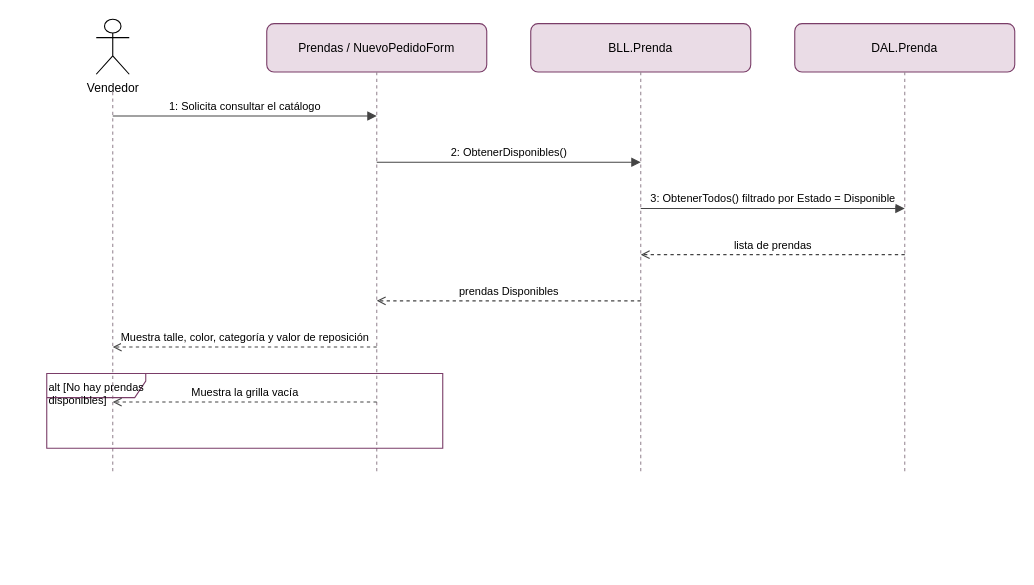
valentinamorana/Trabajo-de-Diploma keeps this draw.io diagram as docs/diagramas/drawio/DSS_PN01_CU02_ConsultarCatalogo.drawio. Above is the earlier version. Source tidied: cells renumbered, new cells numbered last; positions are measured from the earlier drawing's top-left corner, leaving out a move shared by most shapes. Both pictures are drawn from the tidied source at 110%, with x=0, y=0 at pixel (46, 19).
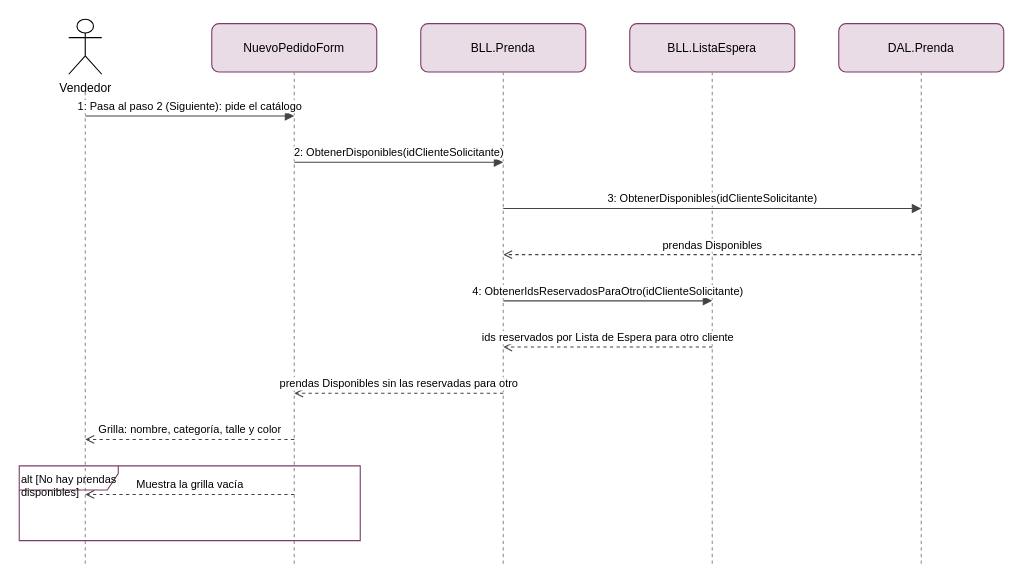
The same diagram, later.

The edit, as a diff of the source:
```diff
@@
     <mxCell id="2" value="Vendedor" style="shape=umlActor;verticalLabelPosition=bottom;verticalAlign=top;html=1;fontSize=11;" parent="1" vertex="1">
-      <mxGeometry x="45" width="30" height="50" as="geometry" />
+      <mxGeometry x="20" width="30" height="50" as="geometry" />
     </mxCell>
     <mxCell id="3" style="endArrow=none;dashed=1;html=1;strokeColor=#9a8a96;" parent="1" edge="1">
       <mxGeometry relative="1" as="geometry">
-        <mxPoint x="60" y="66" as="sourcePoint" />
-        <mxPoint x="60" y="412" as="targetPoint" />
+        <mxPoint x="35" y="66" as="sourcePoint" />
+        <mxPoint x="35" y="496" as="targetPoint" />
       </mxGeometry>
     </mxCell>
-    <mxCell id="4" value="Prendas / NuevoPedidoForm" style="rounded=1;whiteSpace=wrap;html=1;fillColor=#EADCE6;strokeColor=#7a3d68;fontSize=11;" parent="1" vertex="1">
-      <mxGeometry x="200" y="4" width="200" height="44" as="geometry" />
+    <mxCell id="4" value="NuevoPedidoForm" style="rounded=1;whiteSpace=wrap;html=1;fillColor=#EADCE6;strokeColor=#7a3d68;fontSize=11;" parent="1" vertex="1">
+      <mxGeometry x="150" y="4" width="150" height="44" as="geometry" />
     </mxCell>
     <mxCell id="5" style="endArrow=none;dashed=1;html=1;strokeColor=#9a8a96;" parent="1" edge="1">
       <mxGeometry relative="1" as="geometry">
-        <mxPoint x="300" y="48" as="sourcePoint" />
-        <mxPoint x="300" y="412" as="targetPoint" />
+        <mxPoint x="225" y="48" as="sourcePoint" />
+        <mxPoint x="225" y="496" as="targetPoint" />
       </mxGeometry>
     </mxCell>
     <mxCell id="6" value="BLL.Prenda" style="rounded=1;whiteSpace=wrap;html=1;fillColor=#EADCE6;strokeColor=#7a3d68;fontSize=11;" parent="1" vertex="1">
-      <mxGeometry x="440" y="4" width="200" height="44" as="geometry" />
+      <mxGeometry x="340" y="4" width="150" height="44" as="geometry" />
     </mxCell>
     <mxCell id="7" style="endArrow=none;dashed=1;html=1;strokeColor=#9a8a96;" parent="1" edge="1">
       <mxGeometry relative="1" as="geometry">
-        <mxPoint x="540" y="48" as="sourcePoint" />
-        <mxPoint x="540" y="412" as="targetPoint" />
+        <mxPoint x="415" y="48" as="sourcePoint" />
+        <mxPoint x="415" y="496" as="targetPoint" />
       </mxGeometry>
     </mxCell>
-    <mxCell id="8" value="DAL.Prenda" style="rounded=1;whiteSpace=wrap;html=1;fillColor=#EADCE6;strokeColor=#7a3d68;fontSize=11;" parent="1" vertex="1">
-      <mxGeometry x="680" y="4" width="200" height="44" as="geometry" />
+    <mxCell id="8" value="BLL.ListaEspera" style="rounded=1;whiteSpace=wrap;html=1;fillColor=#EADCE6;strokeColor=#7a3d68;fontSize=11;" parent="1" vertex="1">
+      <mxGeometry x="530" y="4" width="150" height="44" as="geometry" />
     </mxCell>
     <mxCell id="9" style="endArrow=none;dashed=1;html=1;strokeColor=#9a8a96;" parent="1" edge="1">
       <mxGeometry relative="1" as="geometry">
-        <mxPoint x="780" y="48" as="sourcePoint" />
-        <mxPoint x="780" y="412" as="targetPoint" />
+        <mxPoint x="605" y="48" as="sourcePoint" />
+        <mxPoint x="605" y="496" as="targetPoint" />
       </mxGeometry>
     </mxCell>
-    <mxCell id="10" value="alt [No hay prendas disponibles]" style="shape=umlFrame;whiteSpace=wrap;html=1;fillColor=none;strokeColor=#7a3d68;align=left;verticalAlign=top;fontSize=10;width=90;height=22;" parent="1" vertex="1">
-      <mxGeometry y="322" width="360" height="68" as="geometry" />
+    <mxCell id="10" value="DAL.Prenda" style="rounded=1;whiteSpace=wrap;html=1;fillColor=#EADCE6;strokeColor=#7a3d68;fontSize=11;" parent="1" vertex="1">
+      <mxGeometry x="720" y="4" width="150" height="44" as="geometry" />
     </mxCell>
-    <mxCell id="11" value="1: Solicita consultar el catálogo" style="html=1;verticalAlign=bottom;endArrow=block;endFill=1;fontSize=10;strokeColor=#444;" parent="1" edge="1">
+    <mxCell id="11" style="endArrow=none;dashed=1;html=1;strokeColor=#9a8a96;" parent="1" edge="1">
       <mxGeometry relative="1" as="geometry">
-        <mxPoint x="60" y="88" as="sourcePoint" />
-        <mxPoint x="300" y="88" as="targetPoint" />
+        <mxPoint x="795" y="48" as="sourcePoint" />
+        <mxPoint x="795" y="496" as="targetPoint" />
       </mxGeometry>
     </mxCell>
-    <mxCell id="12" value="2: ObtenerDisponibles()" style="html=1;verticalAlign=bottom;endArrow=block;endFill=1;fontSize=10;strokeColor=#444;" parent="1" edge="1">
-      <mxGeometry relative="1" as="geometry">
-        <mxPoint x="300" y="130" as="sourcePoint" />
-        <mxPoint x="540" y="130" as="targetPoint" />
-      </mxGeometry>
+    <mxCell id="12" value="alt [No hay prendas disponibles]" style="shape=umlFrame;whiteSpace=wrap;html=1;fillColor=none;strokeColor=#7a3d68;align=left;verticalAlign=top;fontSize=10;width=90;height=22;" parent="1" vertex="1">
+      <mxGeometry x="-25" y="406" width="310" height="68" as="geometry" />
     </mxCell>
-    <mxCell id="13" value="3: ObtenerTodos() filtrado por Estado = Disponible" style="html=1;verticalAlign=bottom;endArrow=block;endFill=1;fontSize=10;strokeColor=#444;" parent="1" edge="1">
+    <mxCell id="13" value="1: Pasa al paso 2 (Siguiente): pide el catálogo" style="html=1;verticalAlign=bottom;endArrow=block;endFill=1;fontSize=10;strokeColor=#444;" parent="1" edge="1">
       <mxGeometry relative="1" as="geometry">
-        <mxPoint x="540" y="172" as="sourcePoint" />
-        <mxPoint x="780" y="172" as="targetPoint" />
+        <mxPoint x="35" y="88" as="sourcePoint" />
+        <mxPoint x="225" y="88" as="targetPoint" />
       </mxGeometry>
     </mxCell>
-    <mxCell id="14" value="lista de prendas" style="html=1;verticalAlign=bottom;endArrow=open;endFill=0;dashed=1;fontSize=10;strokeColor=#444;" parent="1" edge="1">
+    <mxCell id="14" value="2: ObtenerDisponibles(idClienteSolicitante)" style="html=1;verticalAlign=bottom;endArrow=block;endFill=1;fontSize=10;strokeColor=#444;" parent="1" edge="1">
       <mxGeometry relative="1" as="geometry">
-        <mxPoint x="780" y="214" as="sourcePoint" />
-        <mxPoint x="540" y="214" as="targetPoint" />
+        <mxPoint x="225" y="130" as="sourcePoint" />
+        <mxPoint x="415" y="130" as="targetPoint" />
       </mxGeometry>
     </mxCell>
-    <mxCell id="15" value="prendas Disponibles" style="html=1;verticalAlign=bottom;endArrow=open;endFill=0;dashed=1;fontSize=10;strokeColor=#444;" parent="1" edge="1">
+    <mxCell id="15" value="3: ObtenerDisponibles(idClienteSolicitante)" style="html=1;verticalAlign=bottom;endArrow=block;endFill=1;fontSize=10;strokeColor=#444;" parent="1" edge="1">
       <mxGeometry relative="1" as="geometry">
-        <mxPoint x="540" y="256" as="sourcePoint" />
-        <mxPoint x="300" y="256" as="targetPoint" />
+        <mxPoint x="415" y="172" as="sourcePoint" />
+        <mxPoint x="795" y="172" as="targetPoint" />
       </mxGeometry>
     </mxCell>
-    <mxCell id="16" value="Muestra talle, color, categoría y valor de reposición" style="html=1;verticalAlign=bottom;endArrow=open;endFill=0;dashed=1;fontSize=10;strokeColor=#444;" parent="1" edge="1">
+    <mxCell id="16" value="prendas Disponibles" style="html=1;verticalAlign=bottom;endArrow=open;endFill=0;dashed=1;fontSize=10;strokeColor=#444;" parent="1" edge="1">
       <mxGeometry relative="1" as="geometry">
-        <mxPoint x="300" y="298" as="sourcePoint" />
-        <mxPoint x="60" y="298" as="targetPoint" />
+        <mxPoint x="795" y="214" as="sourcePoint" />
+        <mxPoint x="415" y="214" as="targetPoint" />
       </mxGeometry>
     </mxCell>
-    <mxCell id="17" value="Muestra la grilla vacía" style="html=1;verticalAlign=bottom;endArrow=open;endFill=0;dashed=1;fontSize=10;strokeColor=#444;" parent="1" edge="1">
+    <mxCell id="17" value="4: ObtenerIdsReservadosParaOtro(idClienteSolicitante)" style="html=1;verticalAlign=bottom;endArrow=block;endFill=1;fontSize=10;strokeColor=#444;" parent="1" edge="1">
       <mxGeometry relative="1" as="geometry">
-        <mxPoint x="300" y="348" as="sourcePoint" />
-        <mxPoint x="60" y="348" as="targetPoint" />
+        <mxPoint x="415" y="256" as="sourcePoint" />
+        <mxPoint x="605" y="256" as="targetPoint" />
       </mxGeometry>
     </mxCell>
+    <mxCell id="18" value="ids reservados por Lista de Espera para otro cliente" style="html=1;verticalAlign=bottom;endArrow=open;endFill=0;dashed=1;fontSize=10;strokeColor=#444;" parent="1" edge="1">
+      <mxGeometry relative="1" as="geometry">
+        <mxPoint x="605" y="298" as="sourcePoint" />
+        <mxPoint x="415" y="298" as="targetPoint" />
+      </mxGeometry>
+    </mxCell>
+    <mxCell id="19" value="prendas Disponibles sin las reservadas para otro" style="html=1;verticalAlign=bottom;endArrow=open;endFill=0;dashed=1;fontSize=10;strokeColor=#444;" parent="1" edge="1">
+      <mxGeometry relative="1" as="geometry">
+        <mxPoint x="415" y="340" as="sourcePoint" />
+        <mxPoint x="225" y="340" as="targetPoint" />
+      </mxGeometry>
+    </mxCell>
+    <mxCell id="20" value="Grilla: nombre, categoría, talle y color" style="html=1;verticalAlign=bottom;endArrow=open;endFill=0;dashed=1;fontSize=10;strokeColor=#444;" parent="1" edge="1">
+      <mxGeometry relative="1" as="geometry">
+        <mxPoint x="225" y="382" as="sourcePoint" />
+        <mxPoint x="35" y="382" as="targetPoint" />
+      </mxGeometry>
+    </mxCell>
+    <mxCell id="21" value="Muestra la grilla vacía" style="html=1;verticalAlign=bottom;endArrow=open;endFill=0;dashed=1;fontSize=10;strokeColor=#444;" parent="1" edge="1">
+      <mxGeometry relative="1" as="geometry">
+        <mxPoint x="225" y="432" as="sourcePoint" />
+        <mxPoint x="35" y="432" as="targetPoint" />
+      </mxGeometry>
+    </mxCell>
```
